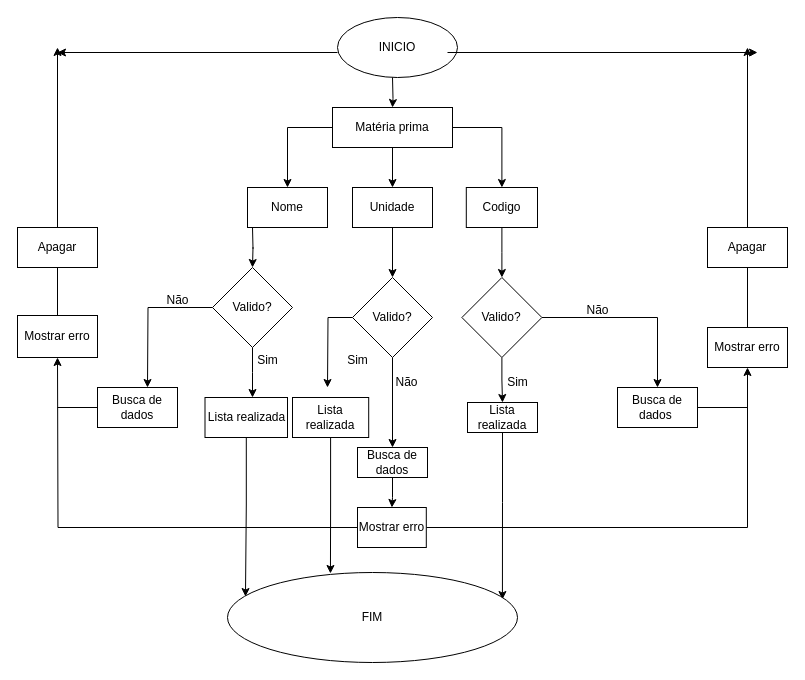
jeangustavoo/diagrama keeps this draw.io diagram as page "Página-3" (3 of 14) of DOC/FLUXOGRAMA.DRAWIO. Above is the earlier version. Source tidied: cells renumbered, new cells numbered last; positions are measured from the earlier drawing's top-left corner, leaving out a move shared by most shapes. Both pictures are drawn from the tidied source at 100%, with x=0, y=0 at pixel (17, 17).
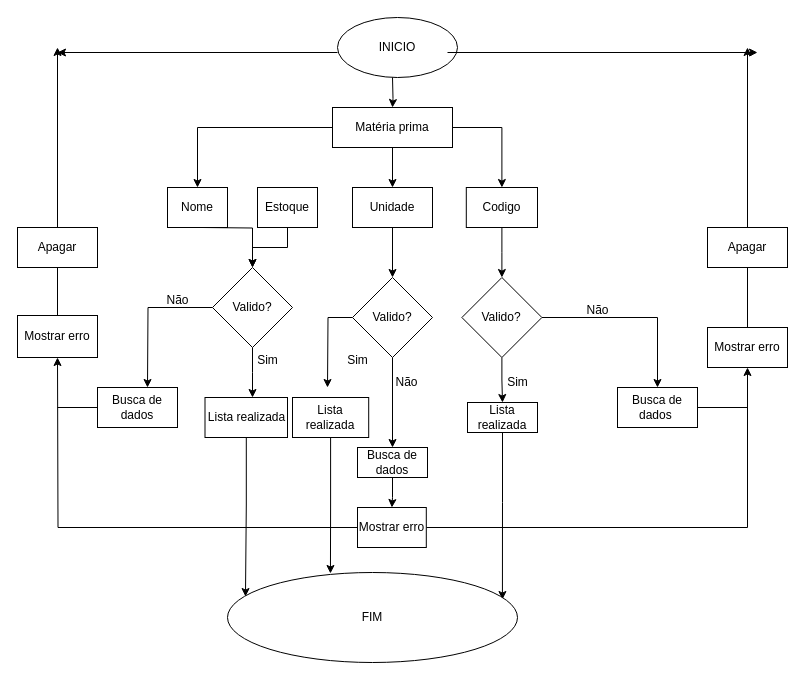
The same diagram, later.

Unchanged cells that the change refers to:
```xml
<mxCell id="18" value="Valido?" style="rhombus;whiteSpace=wrap;html=1;" parent="1" vertex="1">
  <mxGeometry x="195" y="250" width="80" height="80" as="geometry" />
</mxCell>
```

What changed in the source:
```diff
@@
-    <mxCell id="10" style="edgeStyle=orthogonalEdgeStyle;rounded=0;orthogonalLoop=1;jettySize=auto;html=1;" parent="1" edge="1">
-      <mxGeometry relative="1" as="geometry">
-        <mxPoint x="235" y="210" as="sourcePoint" />
-        <mxPoint x="235" y="250" as="targetPoint" />
-      </mxGeometry>
-    </mxCell>
+    <mxCell id="55" style="edgeStyle=orthogonalEdgeStyle;rounded=0;jettySize=auto;html=1;entryX=0.5;entryY=0;entryDx=0;entryDy=0;" parent="1" edge="1" target="18">
+      <mxGeometry relative="1" as="geometry">
+        <mxPoint x="185" y="210" as="sourcePoint" />
+      </mxGeometry>
+    </mxCell>
     <mxCell id="11" value="Nome" style="rounded=0;whiteSpace=wrap;html=1;" parent="1" vertex="1">
-      <mxGeometry x="230" y="170" width="80" height="40" as="geometry" />
+      <mxGeometry x="150" y="170" width="60" height="40" as="geometry" />
     </mxCell>
@@
+    <mxCell id="56" style="edgeStyle=orthogonalEdgeStyle;rounded=0;jettySize=auto;html=1;entryX=0.5;entryY=0;entryDx=0;entryDy=0;" parent="1" edge="1" source="57" target="18">
+      <mxGeometry relative="1" as="geometry" />
+    </mxCell>
+    <mxCell id="57" value="Estoque" style="rounded=0;whiteSpace=wrap;html=1;" parent="1" vertex="1">
+      <mxGeometry x="240" y="170" width="60" height="40" as="geometry" />
+    </mxCell>
```
